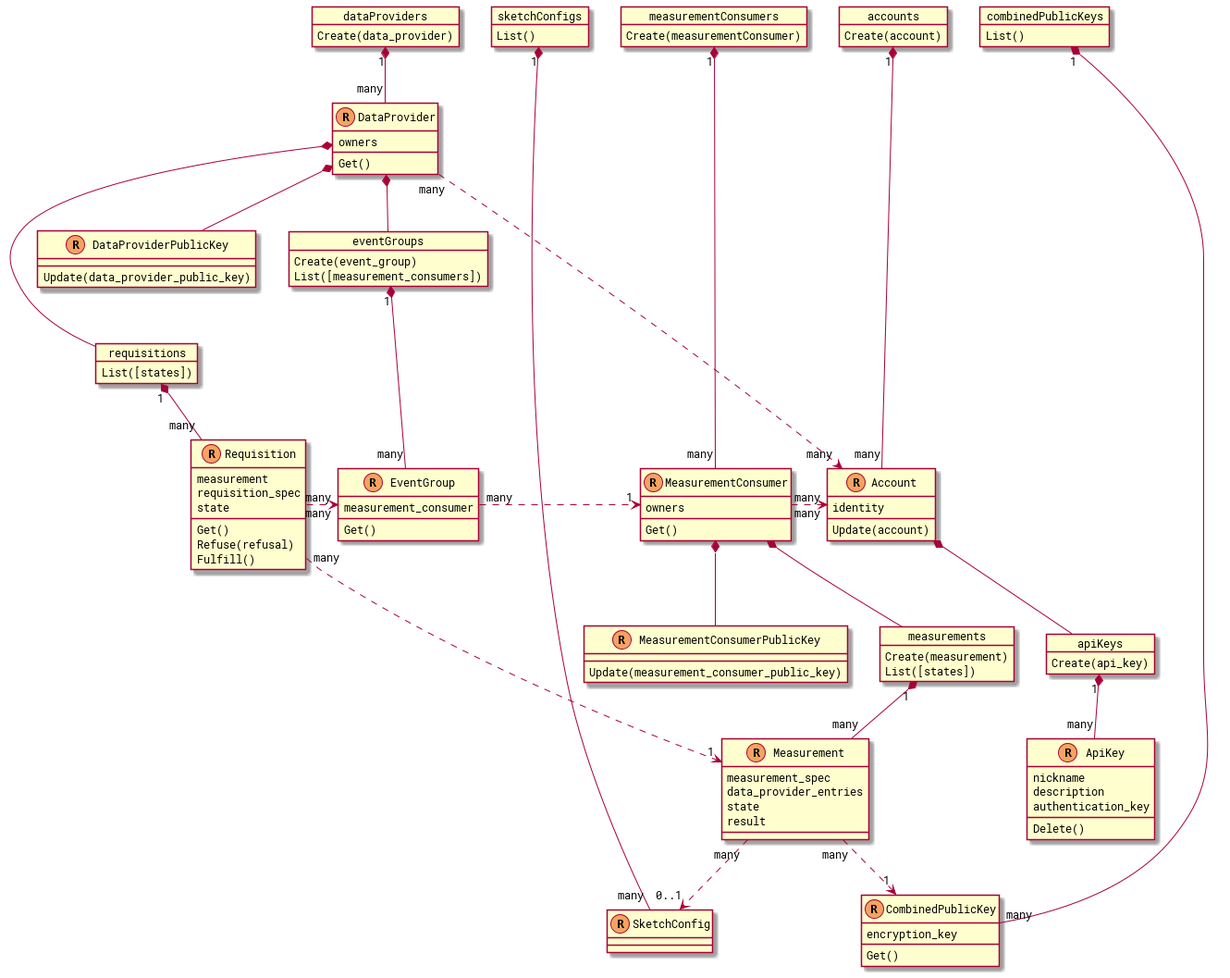
The PlantUML diagram docs/diagrams/api_resources.png in world-federation-of-advertisers/cross-media-measurement, before a commit. Its source is kept beside it as docs/diagrams/api_resources.pu.
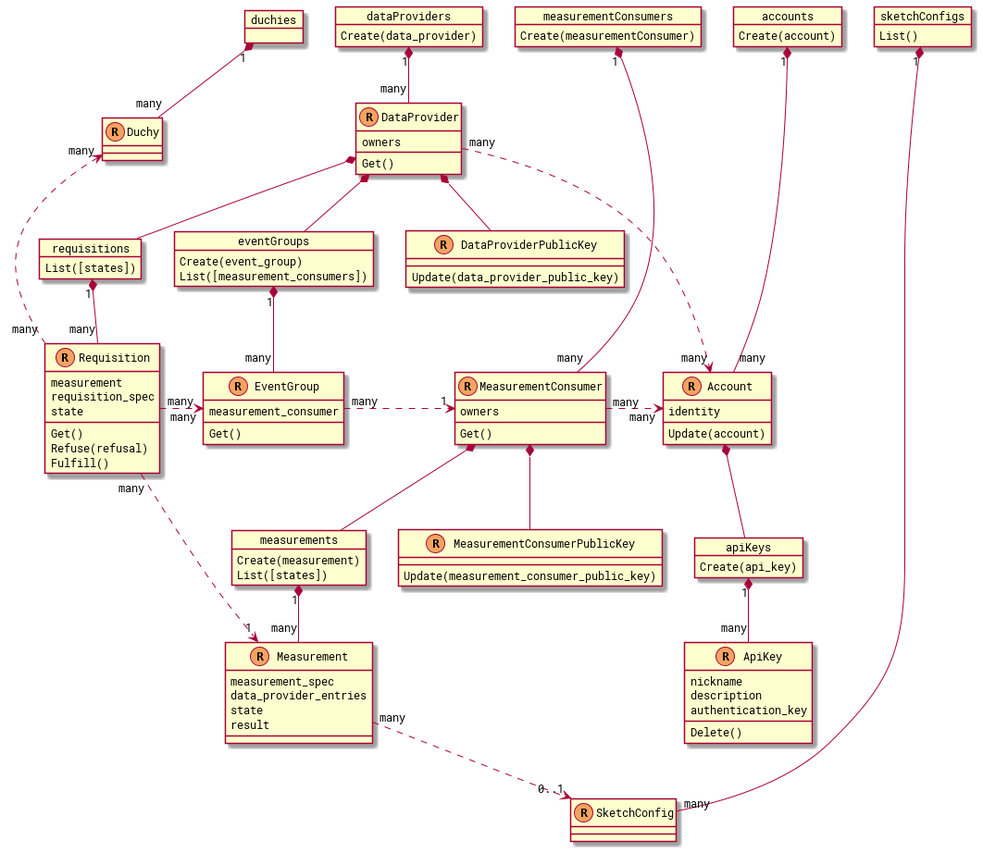
After the change.

Commit message:
Replace CombinedPublicKey reference in MeasurementSpec with Duchy entries in Requisition. (#5)

Diff of the diagram source:
```diff
@@ -13,6 +13,8 @@
   fontSize 12
 }
 
+resource(Duchy) {
+}
 resource(DataProvider) {
   owners
   Get()
@@ -29,10 +31,6 @@
 }
 resource(SketchConfig) {
 }
-resource(CombinedPublicKey) {
-  encryption_key
-  Get()
-}
 resource(Measurement) {
   measurement_spec
   data_provider_entries
@@ -45,6 +43,8 @@
 }
 
 together {
+  collection(duchies, Duchy) {
+  }
   collection(measurementConsumers, MeasurementConsumer) {
     Create(measurementConsumer)
   }
@@ -52,9 +52,6 @@
     Create(data_provider)
   }
   collection(sketchConfigs, SketchConfig) {
-    List()
-  }
-  collection(combinedPublicKeys, CombinedPublicKey) {
     List()
   }
   collection(accounts, Account) {
@@ -101,18 +98,17 @@
 DataProvider *-- DataProviderPublicKey
 EventGroup "many" .> "1" MeasurementConsumer
 
-DataProviderPublicKey -[hidden]-> requisitions
 
 Requisition "many" .> "many" EventGroup
 Requisition "many" .> "1" Measurement
+Duchy "many" <. "many" Requisition
 
 MeasurementConsumer *-- measurements
 MeasurementConsumer *-- MeasurementConsumerPublicKey
-Measurement "many" ..> "1" CombinedPublicKey
 Measurement "many" ..> "0..1" SketchConfig
 
 Account *-- apiKeys
-MeasurementConsumer "many" .> "many" Account
+MeasurementConsumer "many" .> " many" Account
 DataProvider "many" .> "many" Account
 
 @enduml
```
